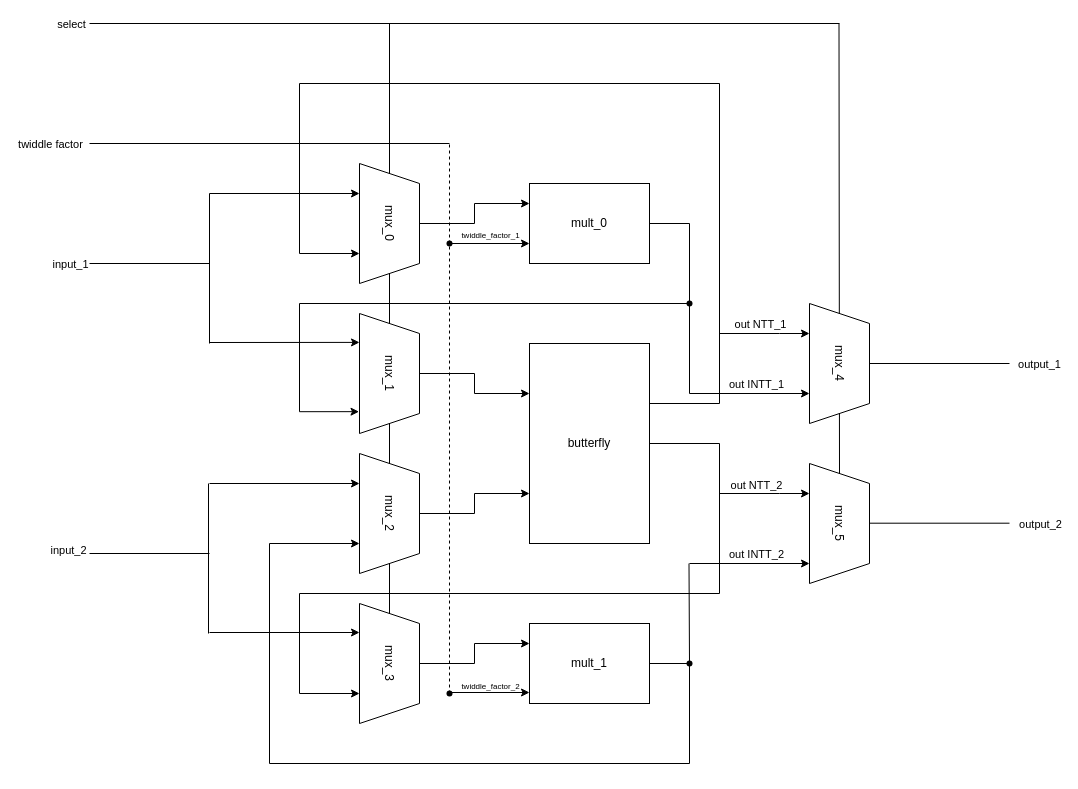
Teffandi/NTT-Hardware keeps this draw.io diagram as diagram/adder.drawio. Above is the earlier version. Source tidied: cells renumbered, new cells numbered last; positions are measured from the earlier drawing's top-left corner, leaving out a move shared by most shapes. Both pictures are drawn from the tidied source at 100%, with x=0, y=0 at pixel (69, 23).
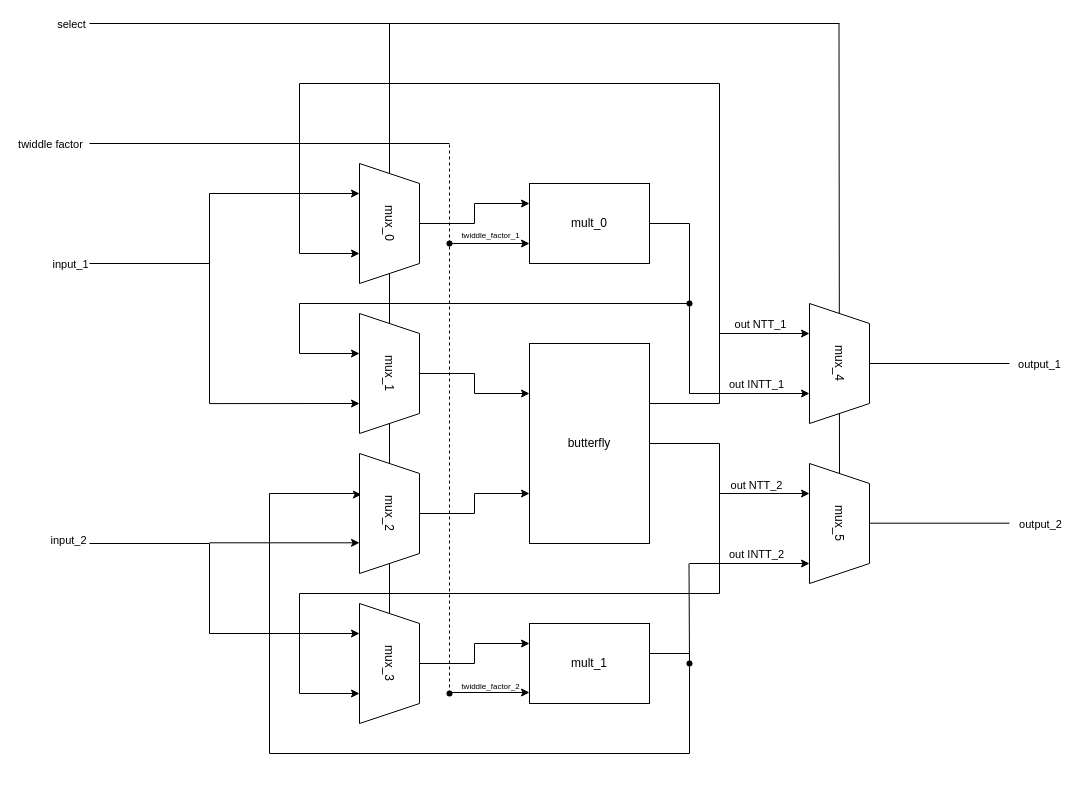
The same diagram, later.

The change refers to these unchanged cells:
```xml
<mxCell id="4" value="mult_0" style="whiteSpace=wrap;html=1;" parent="1" vertex="1">
  <mxGeometry x="460" y="160" width="120" height="80" as="geometry" />
</mxCell>
<mxCell id="6" value="mult_1" style="whiteSpace=wrap;html=1;" parent="1" vertex="1">
  <mxGeometry x="460" y="600" width="120" height="80" as="geometry" />
</mxCell>
<mxCell id="13" value="mux_1" style="shape=trapezoid;perimeter=trapezoidPerimeter;whiteSpace=wrap;html=1;fixedSize=1;rotation=90;" parent="1" vertex="1">
  <mxGeometry x="260" y="320" width="120" height="60" as="geometry" />
</mxCell>
<mxCell id="15" value="mux_2" style="shape=trapezoid;perimeter=trapezoidPerimeter;whiteSpace=wrap;html=1;fixedSize=1;rotation=90;" parent="1" vertex="1">
  <mxGeometry x="260" y="460" width="120" height="60" as="geometry" />
</mxCell>
```

Diff of the diagram source:
```diff
@@
-    <mxCell id="5" style="edgeStyle=orthogonalEdgeStyle;rounded=0;jettySize=auto;html=1;entryX=0.75;entryY=1;entryDx=0;entryDy=0;" parent="1" edge="1" source="6" target="15">
+    <mxCell id="5" style="edgeStyle=orthogonalEdgeStyle;rounded=0;orthogonalLoop=1;jettySize=auto;html=1;entryX=0.426;entryY=0.968;entryDx=0;entryDy=0;entryPerimeter=0;" parent="1" edge="1">
       <mxGeometry relative="1" as="geometry">
+        <mxPoint x="580" y="630" as="sourcePoint" />
+        <mxPoint x="291.9" y="471.1" as="targetPoint" />
         <Array as="points">
-          <mxPoint x="620" y="640" />
-          <mxPoint x="620" y="740" />
-          <mxPoint x="200" y="740" />
-          <mxPoint x="200" y="520" />
+          <mxPoint x="620" y="630" />
+          <mxPoint x="620" y="730" />
+          <mxPoint x="200" y="730" />
+          <mxPoint x="200" y="470" />
+          <mxPoint x="290" y="470" />
+          <mxPoint x="290" y="471" />
         </Array>
       </mxGeometry>
     </mxCell>
@@
     <mxCell id="26" style="endArrow=classic;html=1;rounded=0;" parent="1" edge="1">
       <mxGeometry relative="1" as="geometry">
-        <mxPoint x="140" y="319" as="sourcePoint" />
-        <mxPoint x="290" y="318.9" as="targetPoint" />
+        <mxPoint x="140" y="380.1" as="sourcePoint" />
+        <mxPoint x="290" y="380" as="targetPoint" />
       </mxGeometry>
     </mxCell>
     <mxCell id="27" style="endArrow=classic;html=1;rounded=0;" parent="1" edge="1">
       <mxGeometry relative="1" as="geometry">
-        <mxPoint x="140" y="460" as="sourcePoint" />
-        <mxPoint x="290" y="460" as="targetPoint" />
+        <mxPoint x="140" y="519.3" as="sourcePoint" />
+        <mxPoint x="290" y="519.3" as="targetPoint" />
       </mxGeometry>
     </mxCell>
     <mxCell id="28" style="endArrow=classic;html=1;rounded=0;" parent="1" edge="1">
       <mxGeometry relative="1" as="geometry">
-        <mxPoint x="140" y="609" as="sourcePoint" />
-        <mxPoint x="290" y="609" as="targetPoint" />
+        <mxPoint x="140" y="610" as="sourcePoint" />
+        <mxPoint x="290" y="610" as="targetPoint" />
       </mxGeometry>
     </mxCell>
-    <mxCell id="29" style="edgeStyle=orthogonalEdgeStyle;rounded=0;jettySize=auto;html=1;entryX=0.818;entryY=1.008;entryDx=0;entryDy=0;entryPerimeter=0;" parent="1" edge="1" source="4" target="13">
+    <mxCell id="29" style="edgeStyle=orthogonalEdgeStyle;rounded=0;jettySize=auto;html=1;" parent="1" edge="1" source="4">
       <mxGeometry relative="1" as="geometry">
+        <mxPoint x="290" y="330" as="targetPoint" />
         <Array as="points">
           <mxPoint x="620" y="200" />
           <mxPoint x="620" y="280" />
           <mxPoint x="230" y="280" />
-          <mxPoint x="230" y="388" />
+          <mxPoint x="230" y="330" />
+          <mxPoint x="290" y="330" />
         </Array>
       </mxGeometry>
     </mxCell>
     <mxCell id="30" style="endArrow=none;html=1;rounded=0;" parent="1" edge="1">
       <mxGeometry relative="1" as="geometry">
-        <mxPoint x="140" y="320" as="sourcePoint" />
+        <mxPoint x="140" y="380" as="sourcePoint" />
         <mxPoint x="140" y="170" as="targetPoint" />
       </mxGeometry>
     </mxCell>
     <mxCell id="31" style="endArrow=none;html=1;rounded=0;" parent="1" edge="1">
       <mxGeometry relative="1" as="geometry">
-        <mxPoint x="139" y="610" as="sourcePoint" />
-        <mxPoint x="139" y="460" as="targetPoint" />
+        <mxPoint x="140" y="610" as="sourcePoint" />
+        <mxPoint x="140" y="520" as="targetPoint" />
       </mxGeometry>
     </mxCell>
     <mxCell id="32" style="endArrow=none;html=1;rounded=0;" parent="1" edge="1">
       <mxGeometry relative="1" as="geometry">
-        <mxPoint x="20" y="530" as="sourcePoint" />
-        <mxPoint x="140" y="530" as="targetPoint" />
+        <mxPoint x="20" y="520" as="sourcePoint" />
+        <mxPoint x="140" y="520" as="targetPoint" />
       </mxGeometry>
     </mxCell>
@@
     <mxCell id="45" value="input_2" style="edgeLabel;html=1;align=center;verticalAlign=middle;" parent="1" vertex="1">
-      <mxGeometry x="10" y="530" as="geometry">
+      <mxGeometry x="10" y="520" as="geometry">
         <mxPoint x="-12" y="-4" as="offset" />
       </mxGeometry>
     </mxCell>
```
